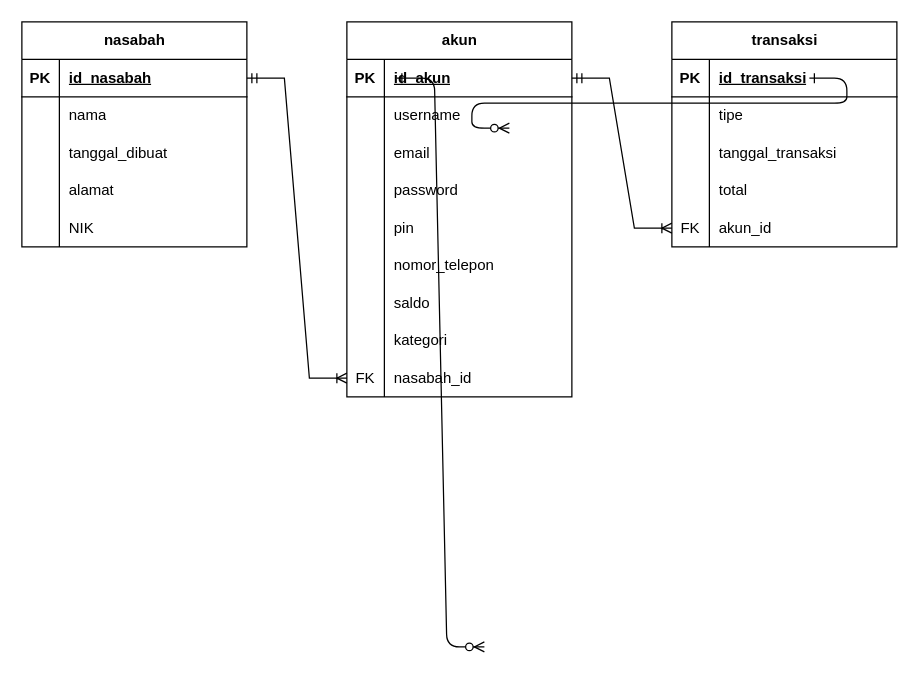
Earlier version of the draw.io diagram ERD.drawio (naufalandya/BEJS_KM-6_Naufal-Andya-Faiz_Challenge-Chapter-3). Source tidied: cells renumbered, new cells numbered last; positions are measured from the earlier drawing's top-left corner, leaving out a move shared by most shapes. Both pictures are drawn from the tidied source at 125%, with x=0, y=0 at pixel (21, 21).
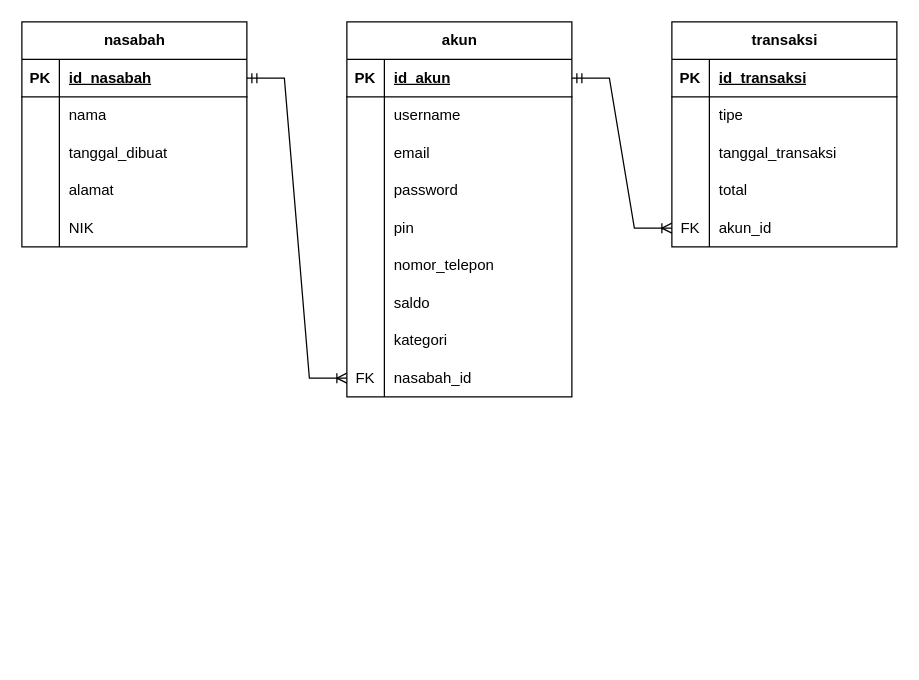
After the change.

What changed in the source:
```diff
@@
-    <mxCell id="2" style="edgeStyle=entityRelationEdgeStyle;endArrow=ERzeroToMany;startArrow=ERone;endFill=1;startFill=0;" parent="1" edge="1">
-      <mxGeometry relative="1" as="geometry">
-        <mxPoint x="300" y="45" as="sourcePoint" />
-        <mxPoint x="370" y="500" as="targetPoint" />
-      </mxGeometry>
-    </mxCell>
-    <mxCell id="3" style="edgeStyle=entityRelationEdgeStyle;endArrow=ERzeroToMany;startArrow=ERone;endFill=1;startFill=0;" parent="1" edge="1">
-      <mxGeometry relative="1" as="geometry">
-        <mxPoint x="630" y="45" as="sourcePoint" />
-        <mxPoint x="390" y="85" as="targetPoint" />
-      </mxGeometry>
-    </mxCell>
```
